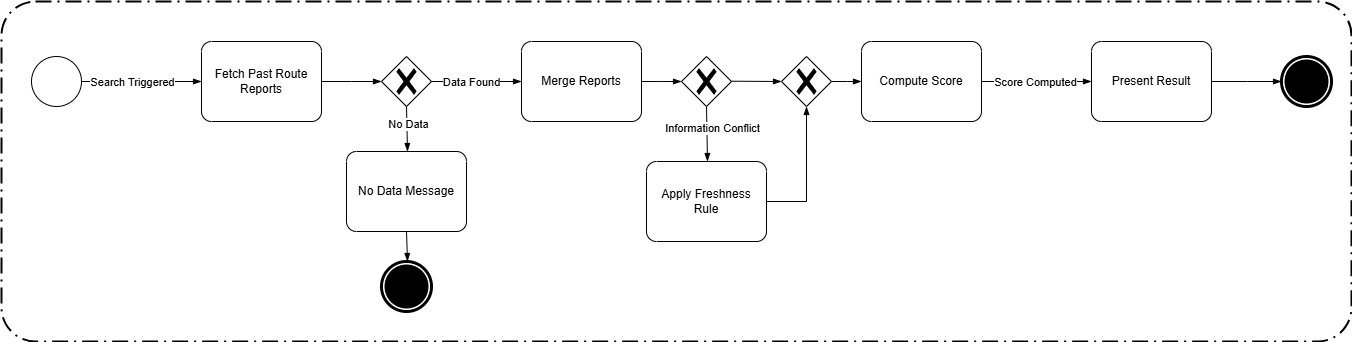
Before: RASD/LaTeXCode/images/StateDiagrams/Scoring&MergingLogic.drawio.png, a diagram exported from draw.io (jacopobellosi/Bellosi-Montanelli-Tempobono). Source tidied: cells renumbered, new cells last; positions are measured from the earlier drawing's top-left corner, leaving out a move shared by most shapes. Source of this version:
```xml
<mxGraphModel>
  <root>
    <mxCell id="0" />
    <mxCell id="1" parent="0" />
    <mxCell id="2" value="Fetch Past Route Reports" style="points=[[0.25,0,0],[0.5,0,0],[0.75,0,0],[1,0.25,0],[1,0.5,0],[1,0.75,0],[0.75,1,0],[0.5,1,0],[0.25,1,0],[0,0.75,0],[0,0.5,0],[0,0.25,0]];shape=mxgraph.bpmn.task2;whiteSpace=wrap;rectStyle=rounded;size=10;html=1;taskMarker=abstract;" parent="1" vertex="1">
      <mxGeometry x="200" y="40" width="120" height="80" as="geometry" />
    </mxCell>
    <mxCell id="3" style="points=[[0.25,0.25,0],[0.5,0,0],[0.75,0.25,0],[1,0.5,0],[0.75,0.75,0],[0.5,1,0],[0.25,0.75,0],[0,0.5,0]];shape=mxgraph.bpmn.gateway2;html=1;verticalLabelPosition=bottom;labelBackgroundColor=#ffffff;verticalAlign=top;align=center;perimeter=rhombusPerimeter;outlineConnect=0;outline=none;symbol=none;gwType=exclusive;" parent="1" vertex="1">
      <mxGeometry x="380" y="55" width="50" height="50" as="geometry" />
    </mxCell>
    <mxCell id="4" style="points=[[0.145,0.145,0],[0.5,0,0],[0.855,0.145,0],[1,0.5,0],[0.855,0.855,0],[0.5,1,0],[0.145,0.855,0],[0,0.5,0]];shape=mxgraph.bpmn.event;html=1;verticalLabelPosition=bottom;labelBackgroundColor=#ffffff;verticalAlign=top;align=center;perimeter=ellipsePerimeter;outlineConnect=0;outline=end;symbol=terminate;" parent="1" vertex="1">
      <mxGeometry x="380" y="260" width="50" height="50" as="geometry" />
    </mxCell>
    <mxCell id="5" style="edgeStyle=elbowEdgeStyle;fontSize=12;html=1;endArrow=blockThin;endFill=1;rounded=0;exitX=1;exitY=0.5;exitDx=0;exitDy=0;exitPerimeter=0;entryX=0;entryY=0.5;entryDx=0;entryDy=0;entryPerimeter=0;elbow=vertical;" parent="1" edge="1" target="2">
      <mxGeometry relative="1" as="geometry">
        <mxPoint x="80" y="80" as="sourcePoint" />
      </mxGeometry>
    </mxCell>
    <mxCell id="6" value="Search Triggered" style="edgeLabel;html=1;align=center;verticalAlign=middle;" parent="5" vertex="1">
      <mxGeometry x="0.43" y="-5" relative="1" as="geometry">
        <mxPoint x="-36" y="-5" as="offset" />
      </mxGeometry>
    </mxCell>
    <mxCell id="7" style="edgeStyle=elbowEdgeStyle;fontSize=12;html=1;endArrow=blockThin;endFill=1;rounded=0;exitX=1;exitY=0.5;exitDx=0;exitDy=0;exitPerimeter=0;entryX=0;entryY=0.5;entryDx=0;entryDy=0;entryPerimeter=0;" parent="1" edge="1" source="2" target="3">
      <mxGeometry relative="1" as="geometry" />
    </mxCell>
    <mxCell id="8" value="No Data Message" style="points=[[0.25,0,0],[0.5,0,0],[0.75,0,0],[1,0.25,0],[1,0.5,0],[1,0.75,0],[0.75,1,0],[0.5,1,0],[0.25,1,0],[0,0.75,0],[0,0.5,0],[0,0.25,0]];shape=mxgraph.bpmn.task2;whiteSpace=wrap;rectStyle=rounded;size=10;html=1;taskMarker=abstract;" parent="1" vertex="1">
      <mxGeometry x="345" y="150" width="120" height="80" as="geometry" />
    </mxCell>
    <mxCell id="9" style="edgeStyle=elbowEdgeStyle;fontSize=12;html=1;endArrow=blockThin;endFill=1;rounded=0;exitX=0.5;exitY=1;exitDx=0;exitDy=0;exitPerimeter=0;entryX=0.5;entryY=0;entryDx=0;entryDy=0;entryPerimeter=0;" parent="1" edge="1" source="3" target="8">
      <mxGeometry relative="1" as="geometry" />
    </mxCell>
    <mxCell id="10" value="No Data" style="edgeLabel;html=1;align=center;verticalAlign=middle;" parent="9" vertex="1">
      <mxGeometry x="-0.38" y="2" relative="1" as="geometry">
        <mxPoint x="-2" y="4" as="offset" />
      </mxGeometry>
    </mxCell>
    <mxCell id="11" style="edgeStyle=elbowEdgeStyle;fontSize=12;html=1;endArrow=blockThin;endFill=1;rounded=0;exitX=0.5;exitY=1;exitDx=0;exitDy=0;exitPerimeter=0;entryX=0.5;entryY=0;entryDx=0;entryDy=0;entryPerimeter=0;" parent="1" edge="1" source="8" target="4">
      <mxGeometry relative="1" as="geometry" />
    </mxCell>
    <mxCell id="12" style="edgeStyle=elbowEdgeStyle;fontSize=12;html=1;endArrow=blockThin;endFill=1;rounded=0;exitX=1;exitY=0.5;exitDx=0;exitDy=0;exitPerimeter=0;elbow=vertical;" parent="1" edge="1" source="3">
      <mxGeometry relative="1" as="geometry">
        <mxPoint x="520" y="80" as="targetPoint" />
      </mxGeometry>
    </mxCell>
    <mxCell id="13" value="Data Found" style="edgeLabel;html=1;align=center;verticalAlign=middle;" parent="12" vertex="1">
      <mxGeometry x="-0.32" relative="1" as="geometry">
        <mxPoint x="9" as="offset" />
      </mxGeometry>
    </mxCell>
    <mxCell id="14" value="Merge Reports" style="points=[[0.25,0,0],[0.5,0,0],[0.75,0,0],[1,0.25,0],[1,0.5,0],[1,0.75,0],[0.75,1,0],[0.5,1,0],[0.25,1,0],[0,0.75,0],[0,0.5,0],[0,0.25,0]];shape=mxgraph.bpmn.task2;whiteSpace=wrap;rectStyle=rounded;size=10;html=1;taskMarker=abstract;" parent="1" vertex="1">
      <mxGeometry x="520" y="40" width="120" height="80" as="geometry" />
    </mxCell>
    <mxCell id="15" value="Compute Score" style="points=[[0.25,0,0],[0.5,0,0],[0.75,0,0],[1,0.25,0],[1,0.5,0],[1,0.75,0],[0.75,1,0],[0.5,1,0],[0.25,1,0],[0,0.75,0],[0,0.5,0],[0,0.25,0]];shape=mxgraph.bpmn.task2;whiteSpace=wrap;rectStyle=rounded;size=10;html=1;taskMarker=abstract;" parent="1" vertex="1">
      <mxGeometry x="860" y="40" width="120" height="80" as="geometry" />
    </mxCell>
    <mxCell id="16" style="edgeStyle=elbowEdgeStyle;fontSize=12;html=1;endArrow=blockThin;endFill=1;rounded=0;exitX=1;exitY=0.5;exitDx=0;exitDy=0;exitPerimeter=0;" parent="15" edge="1" source="23">
      <mxGeometry relative="1" as="geometry">
        <mxPoint y="40" as="targetPoint" />
      </mxGeometry>
    </mxCell>
    <mxCell id="17" style="points=[[0.25,0.25,0],[0.5,0,0],[0.75,0.25,0],[1,0.5,0],[0.75,0.75,0],[0.5,1,0],[0.25,0.75,0],[0,0.5,0]];shape=mxgraph.bpmn.gateway2;html=1;verticalLabelPosition=bottom;labelBackgroundColor=#ffffff;verticalAlign=top;align=center;perimeter=rhombusPerimeter;outlineConnect=0;outline=none;symbol=none;gwType=exclusive;" parent="1" vertex="1">
      <mxGeometry x="680" y="55" width="50" height="50" as="geometry" />
    </mxCell>
    <mxCell id="18" style="edgeStyle=elbowEdgeStyle;fontSize=12;html=1;endArrow=blockThin;endFill=1;rounded=0;exitX=1;exitY=0.5;exitDx=0;exitDy=0;exitPerimeter=0;entryX=0;entryY=0.5;entryDx=0;entryDy=0;entryPerimeter=0;" parent="1" edge="1" source="14" target="17">
      <mxGeometry relative="1" as="geometry" />
    </mxCell>
    <mxCell id="19" style="edgeStyle=elbowEdgeStyle;fontSize=12;html=1;endArrow=blockThin;endFill=1;rounded=0;exitX=0.5;exitY=1;exitDx=0;exitDy=0;exitPerimeter=0;entryX=0.5;entryY=0;entryDx=0;entryDy=0;entryPerimeter=0;" parent="1" edge="1" source="17" target="21">
      <mxGeometry relative="1" as="geometry" />
    </mxCell>
    <mxCell id="20" value="Information Conflict" style="edgeLabel;html=1;align=center;verticalAlign=middle;" parent="19" vertex="1">
      <mxGeometry x="-0.38" y="2" relative="1" as="geometry">
        <mxPoint x="2" y="4" as="offset" />
      </mxGeometry>
    </mxCell>
    <mxCell id="21" value="Apply Freshness&lt;div&gt;Rule&lt;/div&gt;" style="points=[[0.25,0,0],[0.5,0,0],[0.75,0,0],[1,0.25,0],[1,0.5,0],[1,0.75,0],[0.75,1,0],[0.5,1,0],[0.25,1,0],[0,0.75,0],[0,0.5,0],[0,0.25,0]];shape=mxgraph.bpmn.task2;whiteSpace=wrap;rectStyle=rounded;size=10;html=1;taskMarker=abstract;" parent="1" vertex="1">
      <mxGeometry x="645" y="160" width="120" height="80" as="geometry" />
    </mxCell>
    <mxCell id="22" style="edgeStyle=elbowEdgeStyle;fontSize=12;html=1;endArrow=blockThin;endFill=1;rounded=0;entryX=0;entryY=0.5;entryDx=0;entryDy=0;entryPerimeter=0;elbow=vertical;" parent="1" edge="1" target="23">
      <mxGeometry relative="1" as="geometry">
        <mxPoint x="730" y="79.7" as="sourcePoint" />
      </mxGeometry>
    </mxCell>
    <mxCell id="23" style="points=[[0.25,0.25,0],[0.5,0,0],[0.75,0.25,0],[1,0.5,0],[0.75,0.75,0],[0.5,1,0],[0.25,0.75,0],[0,0.5,0]];shape=mxgraph.bpmn.gateway2;html=1;verticalLabelPosition=bottom;labelBackgroundColor=#ffffff;verticalAlign=top;align=center;perimeter=rhombusPerimeter;outlineConnect=0;outline=none;symbol=none;gwType=exclusive;" parent="1" vertex="1">
      <mxGeometry x="780" y="55" width="50" height="50" as="geometry" />
    </mxCell>
    <mxCell id="24" style="edgeStyle=elbowEdgeStyle;fontSize=12;html=1;endArrow=blockThin;endFill=1;rounded=0;exitX=1;exitY=0.5;exitDx=0;exitDy=0;exitPerimeter=0;entryX=0.5;entryY=1;entryDx=0;entryDy=0;entryPerimeter=0;" parent="1" edge="1" source="21" target="23">
      <mxGeometry relative="1" as="geometry">
        <Array as="points">
          <mxPoint x="805" y="170" />
        </Array>
      </mxGeometry>
    </mxCell>
    <mxCell id="25" style="edgeStyle=elbowEdgeStyle;fontSize=12;html=1;endArrow=blockThin;endFill=1;rounded=0;exitX=1;exitY=0.5;exitDx=0;exitDy=0;exitPerimeter=0;entryX=0;entryY=0.5;entryDx=0;entryDy=0;entryPerimeter=0;elbow=vertical;" parent="1" edge="1" source="15" target="27">
      <mxGeometry relative="1" as="geometry" />
    </mxCell>
    <mxCell id="26" value="Score Computed" style="edgeLabel;html=1;align=center;verticalAlign=middle;" parent="25" vertex="1">
      <mxGeometry x="0.19" y="1" relative="1" as="geometry">
        <mxPoint x="-13" y="1" as="offset" />
      </mxGeometry>
    </mxCell>
    <mxCell id="27" value="Present Result" style="points=[[0.25,0,0],[0.5,0,0],[0.75,0,0],[1,0.25,0],[1,0.5,0],[1,0.75,0],[0.75,1,0],[0.5,1,0],[0.25,1,0],[0,0.75,0],[0,0.5,0],[0,0.25,0]];shape=mxgraph.bpmn.task2;whiteSpace=wrap;rectStyle=rounded;size=10;html=1;taskMarker=abstract;" parent="1" vertex="1">
      <mxGeometry x="1090" y="40" width="120" height="80" as="geometry" />
    </mxCell>
    <mxCell id="28" style="edgeStyle=elbowEdgeStyle;fontSize=12;html=1;endArrow=blockThin;endFill=1;rounded=0;exitX=1;exitY=0.5;exitDx=0;exitDy=0;exitPerimeter=0;entryX=0;entryY=0.5;entryDx=0;entryDy=0;entryPerimeter=0;" parent="1" edge="1" source="27" target="29">
      <mxGeometry relative="1" as="geometry" />
    </mxCell>
    <mxCell id="29" style="points=[[0.145,0.145,0],[0.5,0,0],[0.855,0.145,0],[1,0.5,0],[0.855,0.855,0],[0.5,1,0],[0.145,0.855,0],[0,0.5,0]];shape=mxgraph.bpmn.event;html=1;verticalLabelPosition=bottom;labelBackgroundColor=#ffffff;verticalAlign=top;align=center;perimeter=ellipsePerimeter;outlineConnect=0;outline=end;symbol=terminate;" parent="1" vertex="1">
      <mxGeometry x="1280" y="55" width="50" height="50" as="geometry" />
    </mxCell>
    <mxCell id="30" style="shape=mxgraph.bpmn.event;html=1;verticalLabelPosition=bottom;labelBackgroundColor=#ffffff;verticalAlign=top;align=center;perimeter=ellipsePerimeter;outline=standard;symbol=general;" parent="1" vertex="1">
      <mxGeometry x="30" y="55" width="50" height="50" as="geometry" />
    </mxCell>
    <mxCell id="31" style="rounded=1;arcSize=10;dashed=1;fillColor=none;gradientColor=none;dashPattern=8 3 1 3;strokeWidth=2;whiteSpace=wrap;html=1;" parent="1" vertex="1">
      <mxGeometry width="1350" height="340" as="geometry" />
    </mxCell>
  </root>
</mxGraphModel>
```
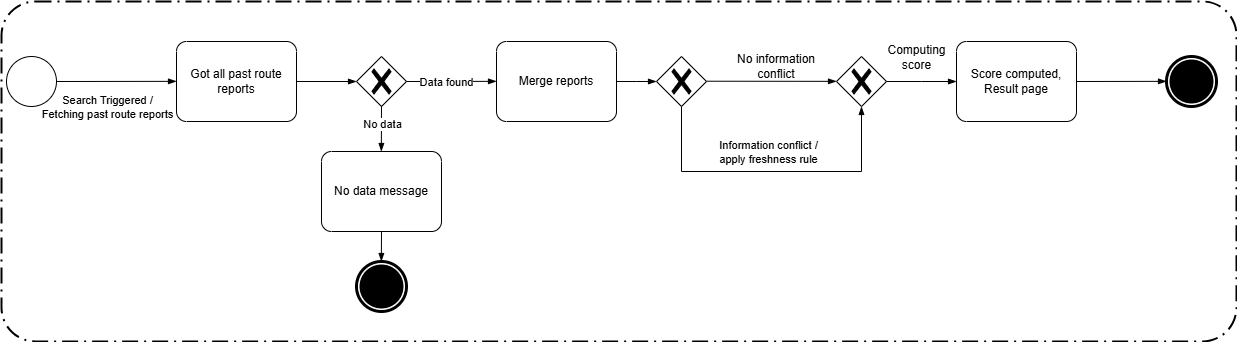
The same file after the commit.

Change to the diagram source:
```diff
@@ -2,7 +2,7 @@
   <root>
     <mxCell id="0" />
     <mxCell id="1" parent="0" />
-    <mxCell id="2" value="Fetch Past Route Reports" style="points=[[0.25,0,0],[0.5,0,0],[0.75,0,0],[1,0.25,0],[1,0.5,0],[1,0.75,0],[0.75,1,0],[0.5,1,0],[0.25,1,0],[0,0.75,0],[0,0.5,0],[0,0.25,0]];shape=mxgraph.bpmn.task2;whiteSpace=wrap;rectStyle=rounded;size=10;html=1;taskMarker=abstract;" parent="1" vertex="1">
+    <mxCell id="2" value="Got all past route reports" style="points=[[0.25,0,0],[0.5,0,0],[0.75,0,0],[1,0.25,0],[1,0.5,0],[1,0.75,0],[0.75,1,0],[0.5,1,0],[0.25,1,0],[0,0.75,0],[0,0.5,0],[0,0.25,0]];shape=mxgraph.bpmn.task2;whiteSpace=wrap;rectStyle=rounded;size=10;html=1;taskMarker=abstract;" parent="1" vertex="1">
       <mxGeometry x="200" y="40" width="120" height="80" as="geometry" />
     </mxCell>
     <mxCell id="3" style="points=[[0.25,0.25,0],[0.5,0,0],[0.75,0.25,0],[1,0.5,0],[0.75,0.75,0],[0.5,1,0],[0.25,0.75,0],[0,0.5,0]];shape=mxgraph.bpmn.gateway2;html=1;verticalLabelPosition=bottom;labelBackgroundColor=#ffffff;verticalAlign=top;align=center;perimeter=rhombusPerimeter;outlineConnect=0;outline=none;symbol=none;gwType=exclusive;" parent="1" vertex="1">
@@ -16,21 +16,21 @@
         <mxPoint x="80" y="80" as="sourcePoint" />
       </mxGeometry>
     </mxCell>
-    <mxCell id="6" value="Search Triggered" style="edgeLabel;html=1;align=center;verticalAlign=middle;" parent="5" vertex="1">
+    <mxCell id="6" value="Search Triggered /&lt;br&gt;Fetching past route reports" style="edgeLabel;html=1;align=center;verticalAlign=middle;" parent="5" vertex="1">
       <mxGeometry x="0.43" y="-5" relative="1" as="geometry">
-        <mxPoint x="-36" y="-5" as="offset" />
+        <mxPoint x="-36" y="20" as="offset" />
       </mxGeometry>
     </mxCell>
     <mxCell id="7" style="edgeStyle=elbowEdgeStyle;fontSize=12;html=1;endArrow=blockThin;endFill=1;rounded=0;exitX=1;exitY=0.5;exitDx=0;exitDy=0;exitPerimeter=0;entryX=0;entryY=0.5;entryDx=0;entryDy=0;entryPerimeter=0;" parent="1" edge="1" source="2" target="3">
       <mxGeometry relative="1" as="geometry" />
     </mxCell>
-    <mxCell id="8" value="No Data Message" style="points=[[0.25,0,0],[0.5,0,0],[0.75,0,0],[1,0.25,0],[1,0.5,0],[1,0.75,0],[0.75,1,0],[0.5,1,0],[0.25,1,0],[0,0.75,0],[0,0.5,0],[0,0.25,0]];shape=mxgraph.bpmn.task2;whiteSpace=wrap;rectStyle=rounded;size=10;html=1;taskMarker=abstract;" parent="1" vertex="1">
+    <mxCell id="8" value="No data message" style="points=[[0.25,0,0],[0.5,0,0],[0.75,0,0],[1,0.25,0],[1,0.5,0],[1,0.75,0],[0.75,1,0],[0.5,1,0],[0.25,1,0],[0,0.75,0],[0,0.5,0],[0,0.25,0]];shape=mxgraph.bpmn.task2;whiteSpace=wrap;rectStyle=rounded;size=10;html=1;taskMarker=abstract;" parent="1" vertex="1">
       <mxGeometry x="345" y="150" width="120" height="80" as="geometry" />
     </mxCell>
     <mxCell id="9" style="edgeStyle=elbowEdgeStyle;fontSize=12;html=1;endArrow=blockThin;endFill=1;rounded=0;exitX=0.5;exitY=1;exitDx=0;exitDy=0;exitPerimeter=0;entryX=0.5;entryY=0;entryDx=0;entryDy=0;entryPerimeter=0;" parent="1" edge="1" source="3" target="8">
       <mxGeometry relative="1" as="geometry" />
     </mxCell>
-    <mxCell id="10" value="No Data" style="edgeLabel;html=1;align=center;verticalAlign=middle;" parent="9" vertex="1">
+    <mxCell id="10" value="No data" style="edgeLabel;html=1;align=center;verticalAlign=middle;" parent="9" vertex="1">
       <mxGeometry x="-0.38" y="2" relative="1" as="geometry">
         <mxPoint x="-2" y="4" as="offset" />
       </mxGeometry>
@@ -43,76 +43,67 @@
         <mxPoint x="520" y="80" as="targetPoint" />
       </mxGeometry>
     </mxCell>
-    <mxCell id="13" value="Data Found" style="edgeLabel;html=1;align=center;verticalAlign=middle;" parent="12" vertex="1">
+    <mxCell id="13" value="Data found" style="edgeLabel;html=1;align=center;verticalAlign=middle;" parent="12" vertex="1">
       <mxGeometry x="-0.32" relative="1" as="geometry">
         <mxPoint x="9" as="offset" />
       </mxGeometry>
     </mxCell>
-    <mxCell id="14" value="Merge Reports" style="points=[[0.25,0,0],[0.5,0,0],[0.75,0,0],[1,0.25,0],[1,0.5,0],[1,0.75,0],[0.75,1,0],[0.5,1,0],[0.25,1,0],[0,0.75,0],[0,0.5,0],[0,0.25,0]];shape=mxgraph.bpmn.task2;whiteSpace=wrap;rectStyle=rounded;size=10;html=1;taskMarker=abstract;" parent="1" vertex="1">
+    <mxCell id="14" value="Merge reports" style="points=[[0.25,0,0],[0.5,0,0],[0.75,0,0],[1,0.25,0],[1,0.5,0],[1,0.75,0],[0.75,1,0],[0.5,1,0],[0.25,1,0],[0,0.75,0],[0,0.5,0],[0,0.25,0]];shape=mxgraph.bpmn.task2;whiteSpace=wrap;rectStyle=rounded;size=10;html=1;taskMarker=abstract;" parent="1" vertex="1">
       <mxGeometry x="520" y="40" width="120" height="80" as="geometry" />
     </mxCell>
+    <mxCell id="31" style="rounded=1;arcSize=10;dashed=1;fillColor=none;gradientColor=none;dashPattern=8 3 1 3;strokeWidth=2;whiteSpace=wrap;html=1;" parent="14" vertex="1">
+      <mxGeometry x="-495" y="-40" width="1235" height="340" as="geometry" />
+    </mxCell>
-    <mxCell id="15" value="Compute Score" style="points=[[0.25,0,0],[0.5,0,0],[0.75,0,0],[1,0.25,0],[1,0.5,0],[1,0.75,0],[0.75,1,0],[0.5,1,0],[0.25,1,0],[0,0.75,0],[0,0.5,0],[0,0.25,0]];shape=mxgraph.bpmn.task2;whiteSpace=wrap;rectStyle=rounded;size=10;html=1;taskMarker=abstract;" parent="1" vertex="1">
-      <mxGeometry x="860" y="40" width="120" height="80" as="geometry" />
+    <mxCell id="15" value="&lt;div style=&quot;&quot;&gt;&lt;span style=&quot;&quot;&gt;Score computed, Result page&lt;/span&gt;&lt;/div&gt;" style="points=[[0.25,0,0],[0.5,0,0],[0.75,0,0],[1,0.25,0],[1,0.5,0],[1,0.75,0],[0.75,1,0],[0.5,1,0],[0.25,1,0],[0,0.75,0],[0,0.5,0],[0,0.25,0]];shape=mxgraph.bpmn.task2;whiteSpace=wrap;rectStyle=rounded;size=10;html=1;taskMarker=abstract;align=center;" parent="1" vertex="1">
+      <mxGeometry x="980" y="40" width="120" height="80" as="geometry" />
     </mxCell>
     <mxCell id="16" style="edgeStyle=elbowEdgeStyle;fontSize=12;html=1;endArrow=blockThin;endFill=1;rounded=0;exitX=1;exitY=0.5;exitDx=0;exitDy=0;exitPerimeter=0;" parent="15" edge="1" source="23">
       <mxGeometry relative="1" as="geometry">
         <mxPoint y="40" as="targetPoint" />
       </mxGeometry>
     </mxCell>
+    <mxCell id="32" value="&lt;span style=&quot;font-size: 12px; text-wrap-mode: wrap;&quot;&gt;Computing score&lt;/span&gt;" style="edgeLabel;html=1;align=center;verticalAlign=middle;" parent="16" vertex="1">
+      <mxGeometry x="-0.28" relative="1" as="geometry">
+        <mxPoint x="5" y="-25" as="offset" />
+      </mxGeometry>
+    </mxCell>
     <mxCell id="17" style="points=[[0.25,0.25,0],[0.5,0,0],[0.75,0.25,0],[1,0.5,0],[0.75,0.75,0],[0.5,1,0],[0.25,0.75,0],[0,0.5,0]];shape=mxgraph.bpmn.gateway2;html=1;verticalLabelPosition=bottom;labelBackgroundColor=#ffffff;verticalAlign=top;align=center;perimeter=rhombusPerimeter;outlineConnect=0;outline=none;symbol=none;gwType=exclusive;" parent="1" vertex="1">
       <mxGeometry x="680" y="55" width="50" height="50" as="geometry" />
     </mxCell>
     <mxCell id="18" style="edgeStyle=elbowEdgeStyle;fontSize=12;html=1;endArrow=blockThin;endFill=1;rounded=0;exitX=1;exitY=0.5;exitDx=0;exitDy=0;exitPerimeter=0;entryX=0;entryY=0.5;entryDx=0;entryDy=0;entryPerimeter=0;" parent="1" edge="1" source="14" target="17">
       <mxGeometry relative="1" as="geometry" />
     </mxCell>
-    <mxCell id="19" style="edgeStyle=elbowEdgeStyle;fontSize=12;html=1;endArrow=blockThin;endFill=1;rounded=0;exitX=0.5;exitY=1;exitDx=0;exitDy=0;exitPerimeter=0;entryX=0.5;entryY=0;entryDx=0;entryDy=0;entryPerimeter=0;" parent="1" edge="1" source="17" target="21">
-      <mxGeometry relative="1" as="geometry" />
+    <mxCell id="19" style="edgeStyle=elbowEdgeStyle;fontSize=12;html=1;endArrow=blockThin;endFill=1;rounded=0;exitX=0.5;exitY=1;exitDx=0;exitDy=0;exitPerimeter=0;entryX=0.5;entryY=1;entryDx=0;entryDy=0;entryPerimeter=0;" parent="1" edge="1" source="17" target="23">
+      <mxGeometry relative="1" as="geometry">
+        <Array as="points">
+          <mxPoint x="795" y="170" />
+        </Array>
+      </mxGeometry>
     </mxCell>
-    <mxCell id="20" value="Information Conflict" style="edgeLabel;html=1;align=center;verticalAlign=middle;" parent="19" vertex="1">
+    <mxCell id="20" value="Information conflict / &lt;br&gt;apply freshness rule" style="edgeLabel;html=1;align=center;verticalAlign=middle;" parent="19" vertex="1">
       <mxGeometry x="-0.38" y="2" relative="1" as="geometry">
-        <mxPoint x="2" y="4" as="offset" />
+        <mxPoint x="54" y="-18" as="offset" />
       </mxGeometry>
     </mxCell>
-    <mxCell id="21" value="Apply Freshness&lt;div&gt;Rule&lt;/div&gt;" style="points=[[0.25,0,0],[0.5,0,0],[0.75,0,0],[1,0.25,0],[1,0.5,0],[1,0.75,0],[0.75,1,0],[0.5,1,0],[0.25,1,0],[0,0.75,0],[0,0.5,0],[0,0.25,0]];shape=mxgraph.bpmn.task2;whiteSpace=wrap;rectStyle=rounded;size=10;html=1;taskMarker=abstract;" parent="1" vertex="1">
-      <mxGeometry x="645" y="160" width="120" height="80" as="geometry" />
-    </mxCell>
     <mxCell id="22" style="edgeStyle=elbowEdgeStyle;fontSize=12;html=1;endArrow=blockThin;endFill=1;rounded=0;entryX=0;entryY=0.5;entryDx=0;entryDy=0;entryPerimeter=0;elbow=vertical;" parent="1" edge="1" target="23">
       <mxGeometry relative="1" as="geometry">
         <mxPoint x="730" y="79.7" as="sourcePoint" />
       </mxGeometry>
     </mxCell>
     <mxCell id="23" style="points=[[0.25,0.25,0],[0.5,0,0],[0.75,0.25,0],[1,0.5,0],[0.75,0.75,0],[0.5,1,0],[0.25,0.75,0],[0,0.5,0]];shape=mxgraph.bpmn.gateway2;html=1;verticalLabelPosition=bottom;labelBackgroundColor=#ffffff;verticalAlign=top;align=center;perimeter=rhombusPerimeter;outlineConnect=0;outline=none;symbol=none;gwType=exclusive;" parent="1" vertex="1">
-      <mxGeometry x="780" y="55" width="50" height="50" as="geometry" />
+      <mxGeometry x="860" y="55" width="50" height="50" as="geometry" />
     </mxCell>
-    <mxCell id="24" style="edgeStyle=elbowEdgeStyle;fontSize=12;html=1;endArrow=blockThin;endFill=1;rounded=0;exitX=1;exitY=0.5;exitDx=0;exitDy=0;exitPerimeter=0;entryX=0.5;entryY=1;entryDx=0;entryDy=0;entryPerimeter=0;" parent="1" edge="1" source="21" target="23">
-      <mxGeometry relative="1" as="geometry">
-        <Array as="points">
-          <mxPoint x="805" y="170" />
-        </Array>
-      </mxGeometry>
-    </mxCell>
-    <mxCell id="25" style="edgeStyle=elbowEdgeStyle;fontSize=12;html=1;endArrow=blockThin;endFill=1;rounded=0;exitX=1;exitY=0.5;exitDx=0;exitDy=0;exitPerimeter=0;entryX=0;entryY=0.5;entryDx=0;entryDy=0;entryPerimeter=0;elbow=vertical;" parent="1" edge="1" source="15" target="27">
+    <mxCell id="25" style="edgeStyle=elbowEdgeStyle;fontSize=12;html=1;endArrow=blockThin;endFill=1;rounded=0;exitX=1;exitY=0.5;exitDx=0;exitDy=0;exitPerimeter=0;entryX=0;entryY=0.5;entryDx=0;entryDy=0;entryPerimeter=0;elbow=vertical;" parent="1" edge="1" source="15" target="29">
       <mxGeometry relative="1" as="geometry" />
     </mxCell>
-    <mxCell id="26" value="Score Computed" style="edgeLabel;html=1;align=center;verticalAlign=middle;" parent="25" vertex="1">
-      <mxGeometry x="0.19" y="1" relative="1" as="geometry">
-        <mxPoint x="-13" y="1" as="offset" />
-      </mxGeometry>
-    </mxCell>
-    <mxCell id="27" value="Present Result" style="points=[[0.25,0,0],[0.5,0,0],[0.75,0,0],[1,0.25,0],[1,0.5,0],[1,0.75,0],[0.75,1,0],[0.5,1,0],[0.25,1,0],[0,0.75,0],[0,0.5,0],[0,0.25,0]];shape=mxgraph.bpmn.task2;whiteSpace=wrap;rectStyle=rounded;size=10;html=1;taskMarker=abstract;" parent="1" vertex="1">
-      <mxGeometry x="1090" y="40" width="120" height="80" as="geometry" />
-    </mxCell>
-    <mxCell id="28" style="edgeStyle=elbowEdgeStyle;fontSize=12;html=1;endArrow=blockThin;endFill=1;rounded=0;exitX=1;exitY=0.5;exitDx=0;exitDy=0;exitPerimeter=0;entryX=0;entryY=0.5;entryDx=0;entryDy=0;entryPerimeter=0;" parent="1" edge="1" source="27" target="29">
-      <mxGeometry relative="1" as="geometry" />
-    </mxCell>
     <mxCell id="29" style="points=[[0.145,0.145,0],[0.5,0,0],[0.855,0.145,0],[1,0.5,0],[0.855,0.855,0],[0.5,1,0],[0.145,0.855,0],[0,0.5,0]];shape=mxgraph.bpmn.event;html=1;verticalLabelPosition=bottom;labelBackgroundColor=#ffffff;verticalAlign=top;align=center;perimeter=ellipsePerimeter;outlineConnect=0;outline=end;symbol=terminate;" parent="1" vertex="1">
-      <mxGeometry x="1280" y="55" width="50" height="50" as="geometry" />
+      <mxGeometry x="1190" y="55" width="50" height="50" as="geometry" />
     </mxCell>
     <mxCell id="30" style="shape=mxgraph.bpmn.event;html=1;verticalLabelPosition=bottom;labelBackgroundColor=#ffffff;verticalAlign=top;align=center;perimeter=ellipsePerimeter;outline=standard;symbol=general;" parent="1" vertex="1">
       <mxGeometry x="30" y="55" width="50" height="50" as="geometry" />
     </mxCell>
-    <mxCell id="31" style="rounded=1;arcSize=10;dashed=1;fillColor=none;gradientColor=none;dashPattern=8 3 1 3;strokeWidth=2;whiteSpace=wrap;html=1;" parent="1" vertex="1">
-      <mxGeometry width="1350" height="340" as="geometry" />
-    </mxCell>
+    <mxCell id="33" value="No information conflict" style="text;html=1;whiteSpace=wrap;strokeColor=none;fillColor=none;align=center;verticalAlign=middle;rounded=0;" parent="1" vertex="1">
+      <mxGeometry x="750" y="50" width="100" height="30" as="geometry" />
+    </mxCell>
   </root>
 </mxGraphModel>
```
